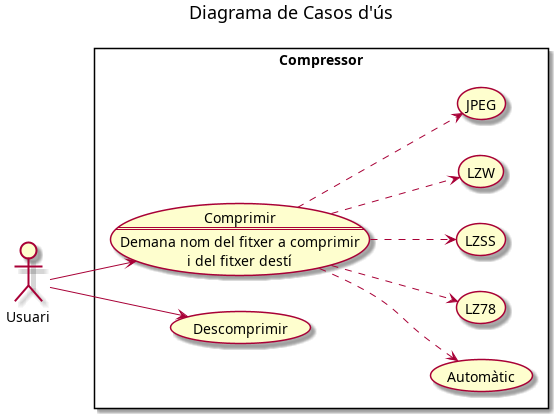
Leixb/UPC-PROP_Compressor keeps this PlantUML diagram as doc/UML/CasosUs.png. Above is the earlier version.
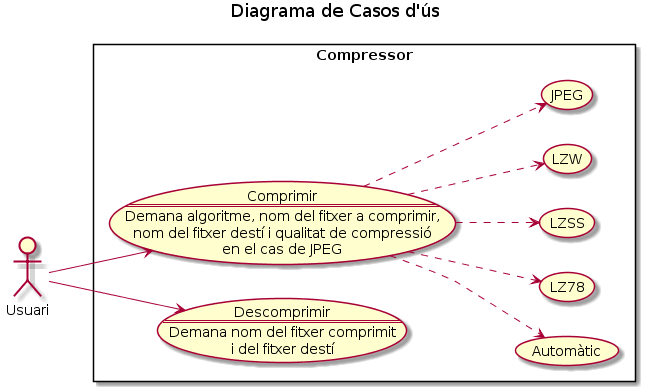
Above is the later version.

The edit, as a diff of the source:
```diff
@@ -1,5 +1,4 @@
 @startuml
-
 left to right direction
 
 title Diagrama de Casos d'ús
@@ -7,9 +6,13 @@
 rectangle "Compressor" {
     usecase Com as "Comprimir
     ==
-    Demana nom del fitxer a comprimir
+    Demana algoritme, nom del fitxer a comprimir,
+    nom del fitxer destí i qualitat de compressió
+    en el cas de JPEG"
+    usecase Des as "Descomprimir
+    ==
+    Demana nom del fitxer comprimit
     i del fitxer destí"
-    usecase (Descomprimir) as Des
     usecase (Automàtic) as Auto
     usecase (LZ78)
     usecase (LZSS)
@@ -26,5 +29,4 @@
 (Com) ..> (LZSS)
 (Com) ..> (LZW)
 (Com) ..> (JPEG)
-
 @enduml
```
